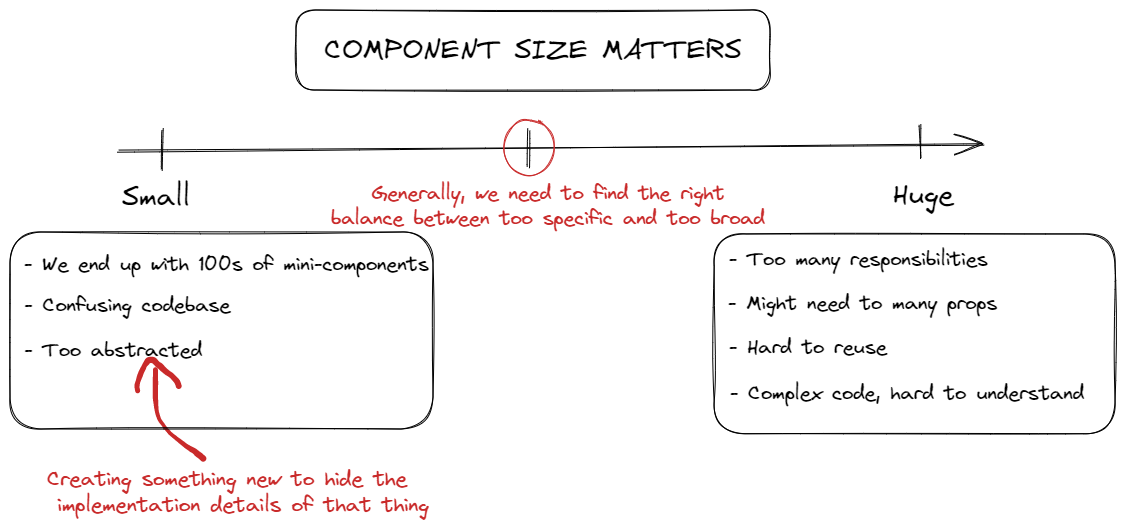
The Excalidraw diagram component-size-matters.excalidraw.png in hiepnhse61627/ReactJS, before a commit. Source tidied: one line per element, renumbered; positions are measured from the earlier drawing's top-left corner, leaving out a move shared by most shapes. The source it was exported from:
```json
{"id": 0, "type": "rectangle", "strokeColor": "#000000", "strokeWidth": 1, "roughness": 1, "round": true, "x": 286, "y": 0, "width": 474, "height": 80}
{"id": 1, "type": "text", "text": "COMPONENT SIZE MATTERS", "strokeColor": "#000000", "strokeWidth": 1, "roughness": 1, "fontSize": 28, "fontFamily": 1, "textAlign": "center", "verticalAlign": "middle", "inside": 0, "x": 314, "y": 22, "width": 417, "height": 35}
{"id": 2, "type": "arrow", "strokeColor": "#000000", "strokeWidth": 1, "roughness": 1, "endArrowhead": "arrow", "round": true, "x": 109, "y": 141, "width": 865, "height": 7, "points": [[0, 0], [865, -7]]}
{"id": 3, "type": "line", "strokeColor": "#000000", "strokeWidth": 1, "roughness": 1, "round": true, "x": 910, "y": 114, "width": 0, "height": 34, "points": [[0, 0], [0, 34]]}
{"id": 4, "type": "line", "strokeColor": "#000000", "strokeWidth": 1, "roughness": 1, "round": true, "x": 518, "y": 119, "width": 0, "height": 38, "points": [[0, 0], [0, 38]]}
{"id": 5, "type": "line", "strokeColor": "#000000", "strokeWidth": 1, "roughness": 1, "round": true, "x": 153, "y": 119, "width": 1, "height": 41, "points": [[0, 0], [-1, 41]]}
{"id": 6, "type": "text", "text": "Small", "strokeColor": "#000000", "strokeWidth": 1, "roughness": 1, "fontSize": 28, "fontFamily": 1, "x": 112, "y": 170, "width": 68, "height": 35}
{"id": 7, "type": "text", "text": "Huge", "strokeColor": "#000000", "strokeWidth": 1, "roughness": 1, "fontSize": 28, "fontFamily": 1, "x": 883, "y": 168, "width": 61, "height": 35}
{"id": 8, "type": "rectangle", "strokeColor": "#000000", "strokeWidth": 1, "roughness": 1, "round": true, "x": 704, "y": 224, "width": 401, "height": 200}
{"id": 9, "type": "text", "text": "- We end up with 100s of mini-components", "strokeColor": "#000000", "strokeWidth": 1, "roughness": 1, "fontSize": 20, "fontFamily": 1, "x": 14, "y": 242, "width": 405, "height": 25}
{"id": 10, "type": "text", "text": "- Confusing codebase", "strokeColor": "#000000", "strokeWidth": 1, "roughness": 1, "fontSize": 20, "fontFamily": 1, "x": 14, "y": 283, "width": 206, "height": 25}
{"id": 11, "type": "text", "text": "- Too abstracted", "strokeColor": "#000000", "strokeWidth": 1, "roughness": 1, "fontSize": 20, "fontFamily": 1, "x": 14, "y": 327, "width": 178, "height": 25}
{"id": 12, "type": "text", "text": "- Too many responsibilities", "strokeColor": "#000000", "strokeWidth": 1, "roughness": 1, "fontSize": 20, "fontFamily": 1, "x": 719, "y": 237, "width": 259, "height": 25}
{"id": 13, "type": "text", "text": "- Might need to many props", "strokeColor": "#000000", "strokeWidth": 1, "roughness": 1, "fontSize": 20, "fontFamily": 1, "x": 718, "y": 281, "width": 269, "height": 25}
{"id": 14, "type": "text", "text": "- Hard to reuse", "strokeColor": "#000000", "strokeWidth": 1, "roughness": 1, "fontSize": 20, "fontFamily": 1, "x": 719, "y": 325, "width": 158, "height": 25}
{"id": 15, "type": "text", "text": "- Complex code, hard to understand", "strokeColor": "#000000", "strokeWidth": 1, "roughness": 1, "fontSize": 20, "fontFamily": 1, "x": 720, "y": 371, "width": 354, "height": 25}
{"id": 16, "type": "freedraw", "strokeColor": "#c92a2a", "strokeWidth": 1, "roughness": 1, "x": 145, "y": 360, "width": 48, "height": 89, "points": [[0, 0], [0, 3], [0, 5], [0, 8], [0, 13], [0, 17], [0, 23], [0, 29], [1, 36], [2, 45], [5, 52], [10, 58], [14, 63], [19, 67], [23, 71], [27, 74], [32, 77], [35, 79], [36, 80], [38, 81], [40, 82], [42, 84], [43, 85], [45, 86], [47, 88], [48, 89]]}
{"id": 17, "type": "freedraw", "strokeColor": "#c92a2a", "strokeWidth": 1, "roughness": 1, "x": 128, "y": 381, "width": 42, "height": 31, "points": [[0, 0], [-1, 0], [-1, -1], [-1, -3], [-1, -6], [-1, -7], [0, -8], [0, -10], [1, -10], [1, -13], [2, -14], [3, -18], [4, -21], [6, -22], [7, -24], [7, -27], [9, -28], [10, -29], [10, -30], [10, -31], [11, -31], [12, -31], [13, -31], [14, -31], [16, -31], [18, -30], [18, -29], [19, -29], [19, -27], [21, -26], [23, -24], [24, -23], [26, -21], [29, -19], [31, -17], [32, -17], [36, -14], [37, -12], [38, -11], [39, -10], [40, -9], [41, -8], [41, -7], [41, -6], [41, -4], [41, -4]]}
{"id": 18, "type": "text", "text": "Creating something new to hide the\n implementation details of that thing", "strokeColor": "#c92a2a", "strokeWidth": 1, "roughness": 1, "fontSize": 20.89, "fontFamily": 1, "x": 37, "y": 457, "width": 382, "height": 52}
{"id": 19, "type": "rectangle", "strokeColor": "#000000", "strokeWidth": 1, "roughness": 1, "round": true, "x": 0, "y": 222, "width": 423, "height": 197}
{"id": 20, "type": "ellipse", "strokeColor": "#c92a2a", "strokeWidth": 1, "roughness": 1, "round": true, "x": 494, "y": 110, "width": 51, "height": 55}
{"id": 21, "type": "text", "text": "Generally, we need to find the right\nbalance between too specific and too broad", "strokeColor": "#c92a2a", "strokeWidth": 1, "roughness": 1, "fontSize": 20, "fontFamily": 1, "textAlign": "center", "x": 321, "y": 171, "width": 434, "height": 50}
```
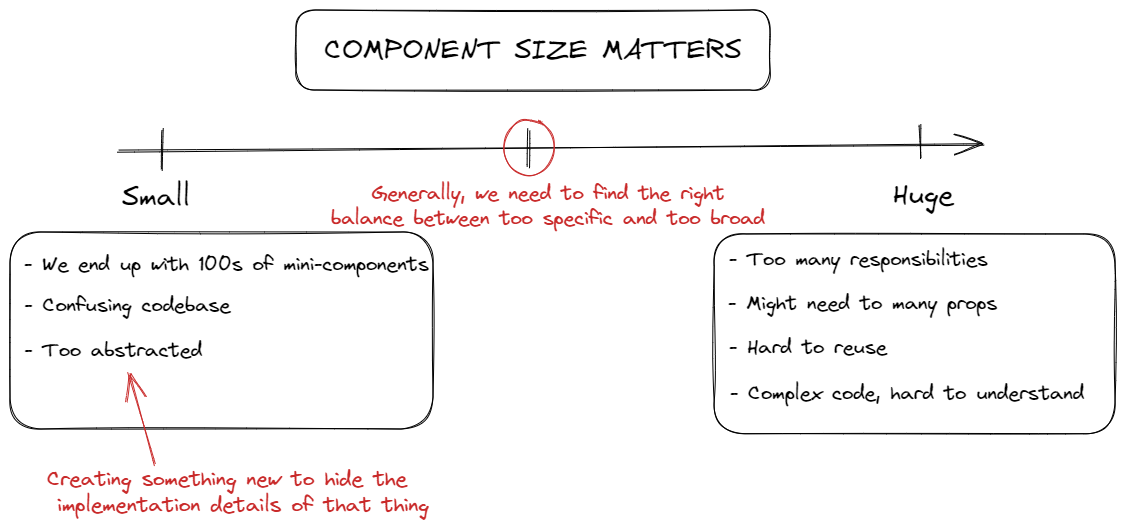
After the commit.

Commit message:
Updated use-popcorn project

What changed in the source:
```diff
@@ -14,9 +14,8 @@
 {"id": 13, "type": "text", "text": "- Might need to many props", "strokeColor": "#000000", "strokeWidth": 1, "roughness": 1, "fontSize": 20, "fontFamily": 1, "x": 718, "y": 281, "width": 269, "height": 25}
 {"id": 14, "type": "text", "text": "- Hard to reuse", "strokeColor": "#000000", "strokeWidth": 1, "roughness": 1, "fontSize": 20, "fontFamily": 1, "x": 719, "y": 325, "width": 158, "height": 25}
 {"id": 15, "type": "text", "text": "- Complex code, hard to understand", "strokeColor": "#000000", "strokeWidth": 1, "roughness": 1, "fontSize": 20, "fontFamily": 1, "x": 720, "y": 371, "width": 354, "height": 25}
-{"id": 16, "type": "freedraw", "strokeColor": "#c92a2a", "strokeWidth": 1, "roughness": 1, "x": 145, "y": 360, "width": 48, "height": 89, "points": [[0, 0], [0, 3], [0, 5], [0, 8], [0, 13], [0, 17], [0, 23], [0, 29], [1, 36], [2, 45], [5, 52], [10, 58], [14, 63], [19, 67], [23, 71], [27, 74], [32, 77], [35, 79], [36, 80], [38, 81], [40, 82], [42, 84], [43, 85], [45, 86], [47, 88], [48, 89]]}
-{"id": 17, "type": "freedraw", "strokeColor": "#c92a2a", "strokeWidth": 1, "roughness": 1, "x": 128, "y": 381, "width": 42, "height": 31, "points": [[0, 0], [-1, 0], [-1, -1], [-1, -3], [-1, -6], [-1, -7], [0, -8], [0, -10], [1, -10], [1, -13], [2, -14], [3, -18], [4, -21], [6, -22], [7, -24], [7, -27], [9, -28], [10, -29], [10, -30], [10, -31], [11, -31], [12, -31], [13, -31], [14, -31], [16, -31], [18, -30], [18, -29], [19, -29], [19, -27], [21, -26], [23, -24], [24, -23], [26, -21], [29, -19], [31, -17], [32, -17], [36, -14], [37, -12], [38, -11], [39, -10], [40, -9], [41, -8], [41, -7], [41, -6], [41, -4], [41, -4]]}
 {"id": 18, "type": "text", "text": "Creating something new to hide the\n implementation details of that thing", "strokeColor": "#c92a2a", "strokeWidth": 1, "roughness": 1, "fontSize": 20.89, "fontFamily": 1, "x": 37, "y": 457, "width": 382, "height": 52}
 {"id": 19, "type": "rectangle", "strokeColor": "#000000", "strokeWidth": 1, "roughness": 1, "round": true, "x": 0, "y": 222, "width": 423, "height": 197}
 {"id": 20, "type": "ellipse", "strokeColor": "#c92a2a", "strokeWidth": 1, "roughness": 1, "round": true, "x": 494, "y": 110, "width": 51, "height": 55}
 {"id": 21, "type": "text", "text": "Generally, we need to find the right\nbalance between too specific and too broad", "strokeColor": "#c92a2a", "strokeWidth": 1, "roughness": 1, "fontSize": 20, "fontFamily": 1, "textAlign": "center", "x": 321, "y": 171, "width": 434, "height": 50}
+{"id": 22, "type": "arrow", "strokeColor": "#c92a2a", "strokeWidth": 1, "roughness": 1, "endArrowhead": "arrow", "round": true, "from": 18, "to": 11, "x": 144, "y": 455, "width": 26, "height": 92, "points": [[0, 0], [-26, -92]]}
```
